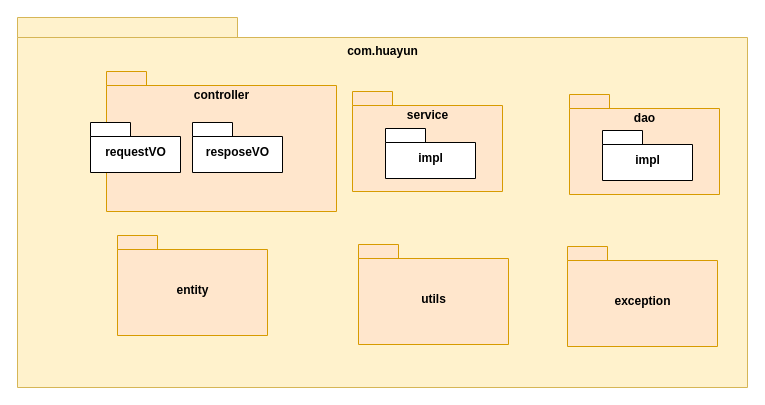
Before: Untitled Diagram.drawio in KNAI-I/test, a draw.io diagram. Source tidied: cells renumbered, new cells numbered last; positions are measured from the earlier drawing's top-left corner, leaving out a move shared by most shapes. Both pictures are drawn from the tidied source at 100%, with x=0, y=0 at pixel (17, 17).
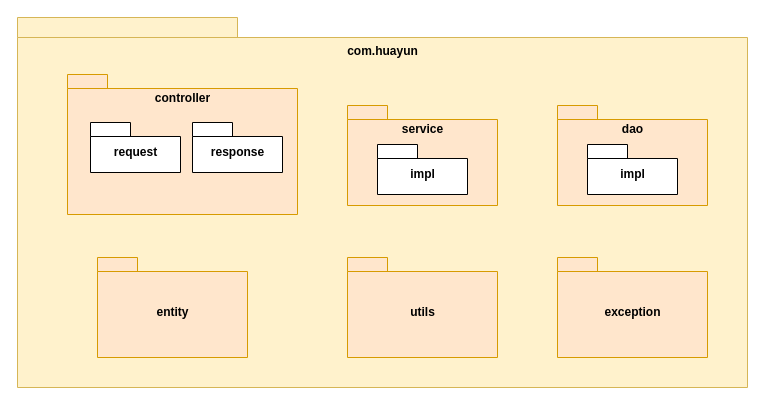
The same diagram, later.

What changed in the source:
```diff
@@
 <mxGraphModel>
   <root>
     <mxCell id="0" />
     <mxCell id="1" parent="0" />
     <mxCell id="2" value="com.huayun" style="shape=folder;fontStyle=1;spacingTop=20;tabWidth=220;tabHeight=20;tabPosition=left;html=1;labelPosition=center;verticalLabelPosition=middle;align=center;verticalAlign=top;textDirection=rtl;fillColor=#fff2cc;strokeColor=#d6b656;" parent="1" vertex="1">
       <mxGeometry width="730" height="370" as="geometry" />
     </mxCell>
     <mxCell id="3" value="controller" style="shape=folder;fontStyle=1;spacingTop=10;tabWidth=40;tabHeight=14;tabPosition=left;html=1;verticalAlign=top;fillColor=#ffe6cc;strokeColor=#d79b00;" parent="1" vertex="1">
-      <mxGeometry x="89" y="54" width="230" height="140" as="geometry" />
+      <mxGeometry x="50" y="57" width="230" height="140" as="geometry" />
     </mxCell>
-    <mxCell id="4" value="requestVO" style="shape=folder;fontStyle=1;spacingTop=10;tabWidth=40;tabHeight=14;tabPosition=left;html=1;verticalAlign=middle;" parent="1" vertex="1">
+    <mxCell id="4" value="request" style="shape=folder;fontStyle=1;spacingTop=10;tabWidth=40;tabHeight=14;tabPosition=left;html=1;verticalAlign=middle;" parent="1" vertex="1">
       <mxGeometry x="73" y="105" width="90" height="50" as="geometry" />
     </mxCell>
-    <mxCell id="5" value="resposeVO" style="shape=folder;fontStyle=1;spacingTop=10;tabWidth=40;tabHeight=14;tabPosition=left;html=1;verticalAlign=middle;" parent="1" vertex="1">
+    <mxCell id="5" value="response" style="shape=folder;fontStyle=1;spacingTop=10;tabWidth=40;tabHeight=14;tabPosition=left;html=1;verticalAlign=middle;" parent="1" vertex="1">
       <mxGeometry x="175" y="105" width="90" height="50" as="geometry" />
     </mxCell>
     <mxCell id="6" value="service" style="shape=folder;fontStyle=1;spacingTop=10;tabWidth=40;tabHeight=14;tabPosition=left;html=1;verticalAlign=top;fillColor=#ffe6cc;strokeColor=#d79b00;" parent="1" vertex="1">
-      <mxGeometry x="335" y="74" width="150" height="100" as="geometry" />
+      <mxGeometry x="330" y="88" width="150" height="100" as="geometry" />
     </mxCell>
     <mxCell id="7" value="impl" style="shape=folder;fontStyle=1;spacingTop=10;tabWidth=40;tabHeight=14;tabPosition=left;html=1;verticalAlign=middle;" parent="1" vertex="1">
-      <mxGeometry x="368" y="111" width="90" height="50" as="geometry" />
+      <mxGeometry x="360" y="127" width="90" height="50" as="geometry" />
     </mxCell>
     <mxCell id="8" value="dao" style="shape=folder;fontStyle=1;spacingTop=10;tabWidth=40;tabHeight=14;tabPosition=left;html=1;verticalAlign=top;fillColor=#ffe6cc;strokeColor=#d79b00;" parent="1" vertex="1">
-      <mxGeometry x="552" y="77" width="150" height="100" as="geometry" />
+      <mxGeometry x="540" y="88" width="150" height="100" as="geometry" />
     </mxCell>
     <mxCell id="9" value="impl" style="shape=folder;fontStyle=1;spacingTop=10;tabWidth=40;tabHeight=14;tabPosition=left;html=1;verticalAlign=middle;" parent="1" vertex="1">
-      <mxGeometry x="585" y="113" width="90" height="50" as="geometry" />
+      <mxGeometry x="570" y="127" width="90" height="50" as="geometry" />
     </mxCell>
     <mxCell id="10" value="entity" style="shape=folder;fontStyle=1;spacingTop=10;tabWidth=40;tabHeight=14;tabPosition=left;html=1;verticalAlign=middle;fillColor=#ffe6cc;strokeColor=#d79b00;" parent="1" vertex="1">
-      <mxGeometry x="100" y="218" width="150" height="100" as="geometry" />
+      <mxGeometry x="80" y="240" width="150" height="100" as="geometry" />
     </mxCell>
     <mxCell id="11" value="utils" style="shape=folder;fontStyle=1;spacingTop=10;tabWidth=40;tabHeight=14;tabPosition=left;html=1;verticalAlign=middle;fillColor=#ffe6cc;strokeColor=#d79b00;" parent="1" vertex="1">
-      <mxGeometry x="341" y="227" width="150" height="100" as="geometry" />
+      <mxGeometry x="330" y="240" width="150" height="100" as="geometry" />
     </mxCell>
     <mxCell id="12" value="exception" style="shape=folder;fontStyle=1;spacingTop=10;tabWidth=40;tabHeight=14;tabPosition=left;html=1;verticalAlign=middle;fillColor=#ffe6cc;strokeColor=#d79b00;" parent="1" vertex="1">
-      <mxGeometry x="550" y="229" width="150" height="100" as="geometry" />
+      <mxGeometry x="540" y="240" width="150" height="100" as="geometry" />
     </mxCell>
   </root>
 </mxGraphModel>
```
